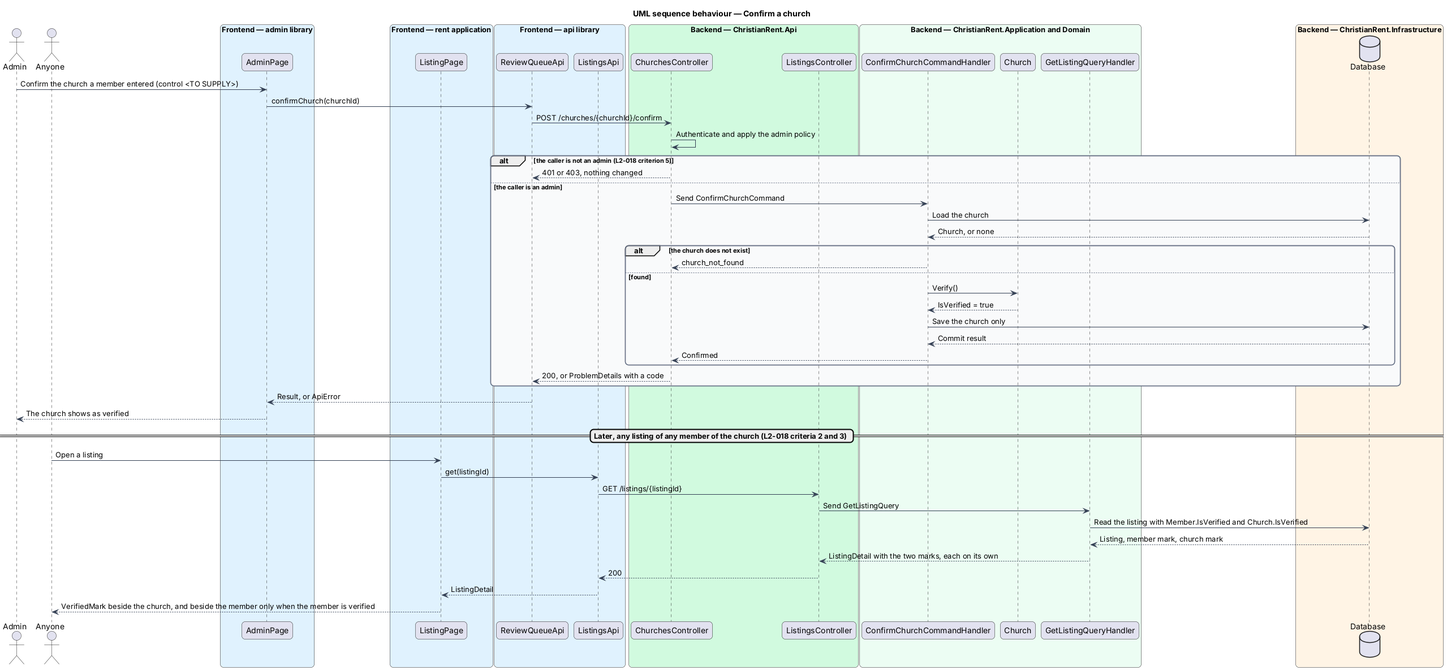
The PlantUML diagram docs/detailed-designs/members/verify-member-and-church/diagrams/sequence-confirm-church.png in QuinntyneBrown/christian-rent, before a commit.
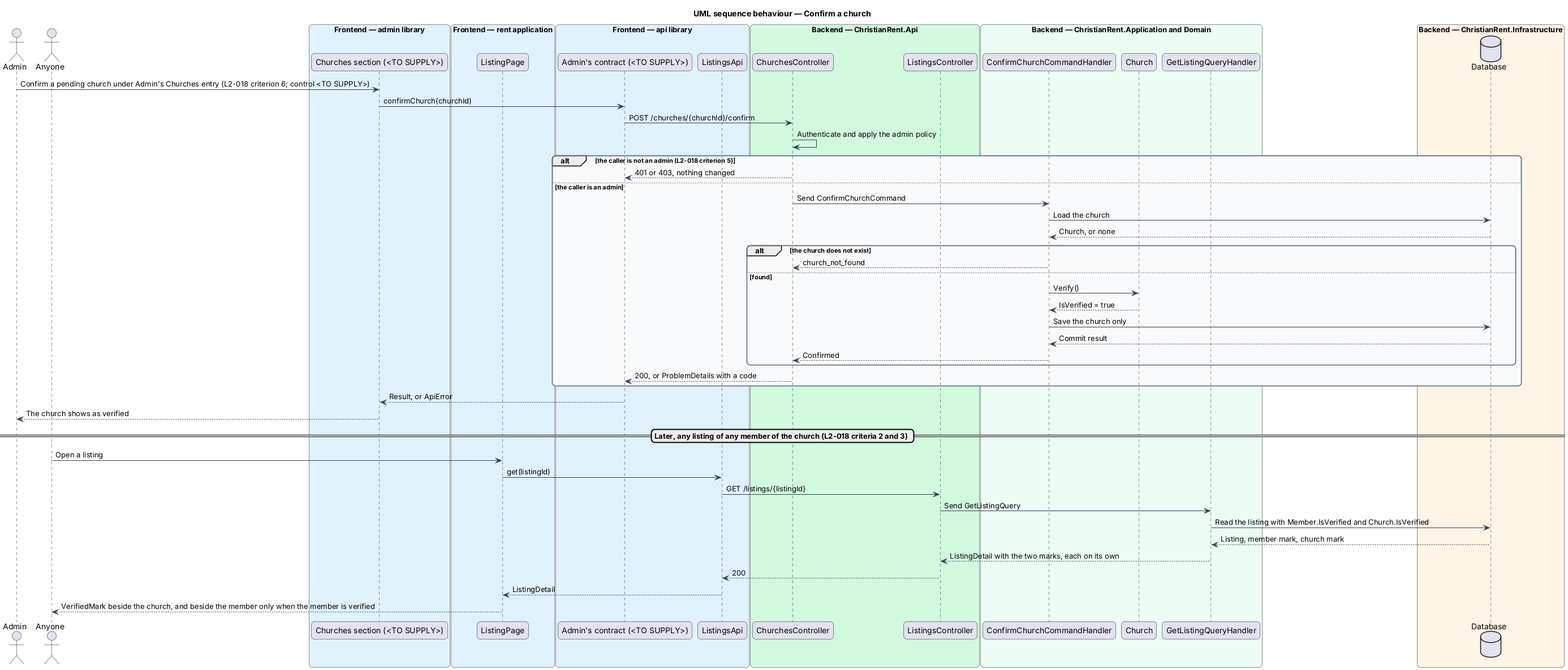
After the change.

Diff of the diagram source:
```diff
@@ -17,13 +17,13 @@
 actor "Admin" as actor
 actor "Anyone" as reader
 box "Frontend — admin library" #E0F2FE
-  participant "AdminPage" as page
+  participant "Churches section (<TO SUPPLY>)" as page
 end box
 box "Frontend — rent application" #E0F2FE
   participant "ListingPage" as listingPage
 end box
 box "Frontend — api library" #E0F2FE
-  participant "ReviewQueueApi" as client
+  participant "Admin's contract (<TO SUPPLY>)" as client
   participant "ListingsApi" as listings
 end box
 box "Backend — ChristianRent.Api" #D1FADF
@@ -38,7 +38,7 @@
 box "Backend — ChristianRent.Infrastructure" #FFF4E5
   database "Database" as db
 end box
-actor -> page : Confirm the church a member entered (control <TO SUPPLY>)
+actor -> page : Confirm a pending church under Admin's Churches entry (L2-018 criterion 6; control <TO SUPPLY>)
 page -> client : confirmChurch(churchId)
 client -> controller : POST /churches/{churchId}/confirm
 controller -> controller : Authenticate and apply the admin policy
```
